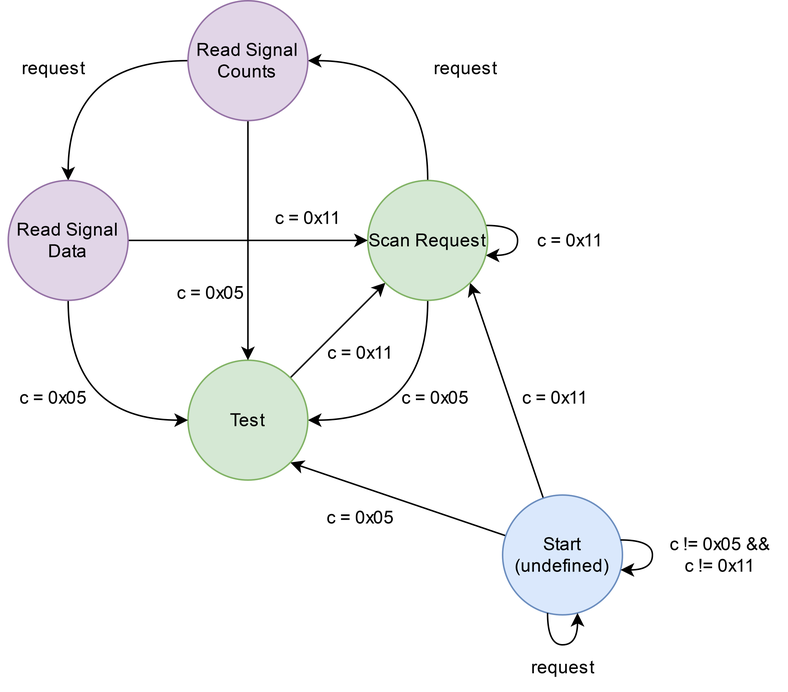
Earlier version of the draw.io export media/rtl8720dn_fsm.drawio.png (lukesmithvt/geolocation-scanning-rig). Source tidied: cells renumbered, new cells last; positions are measured from the earlier drawing's top-left corner, leaving out a move shared by most shapes.
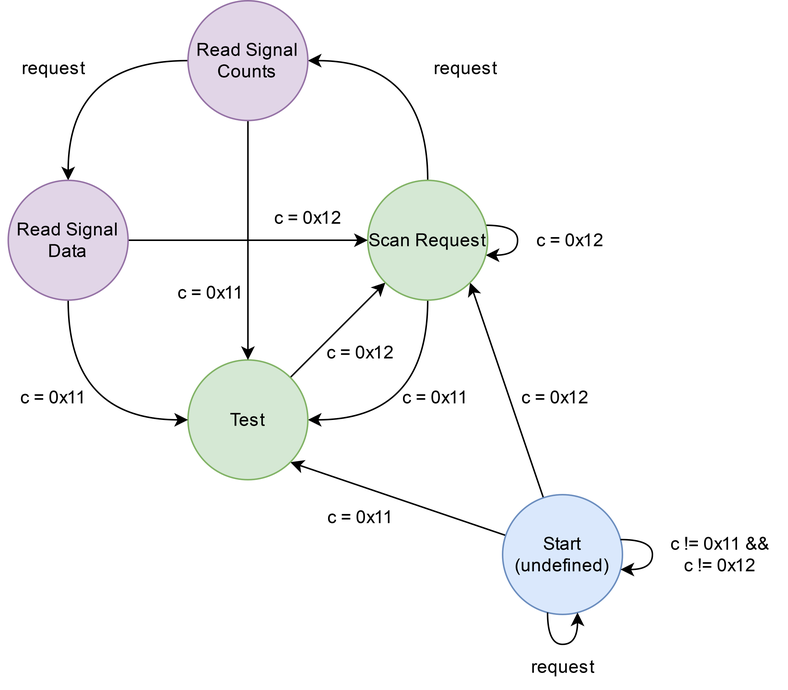
The same file after the commit.

Change to the diagram source:
```diff
@@ -64,7 +64,7 @@
     <mxCell id="16" value="Read Signal Data" style="ellipse;whiteSpace=wrap;html=1;fillColor=#e1d5e7;strokeColor=#9673a6;" parent="1" vertex="1">
       <mxGeometry x="5" y="120" width="80" height="80" as="geometry" />
     </mxCell>
-    <mxCell id="17" value="c = 0x11" style="text;html=1;align=center;verticalAlign=middle;strokeColor=none;fillColor=none;" parent="1" vertex="1">
+    <mxCell id="17" value="c = 0x12" style="text;html=1;align=center;verticalAlign=middle;strokeColor=none;fillColor=none;" parent="1" vertex="1">
       <mxGeometry x="170" y="130" width="70" height="30" as="geometry" />
     </mxCell>
     <mxCell id="18" value="request" style="text;html=1;align=center;verticalAlign=middle;strokeColor=none;fillColor=none;" parent="1" vertex="1">
@@ -73,19 +73,19 @@
     <mxCell id="19" value="request" style="text;html=1;align=center;verticalAlign=middle;strokeColor=none;fillColor=none;" parent="1" vertex="1">
       <mxGeometry x="340" y="430" width="70" height="30" as="geometry" />
     </mxCell>
-    <mxCell id="20" value="&lt;div&gt;c != 0x05 &amp;amp;&amp;amp;&lt;/div&gt;&lt;div&gt;c != 0x11&lt;/div&gt;" style="text;html=1;align=center;verticalAlign=middle;strokeColor=none;fillColor=none;" parent="1" vertex="1">
+    <mxCell id="20" value="&lt;div&gt;c != 0x11 &amp;amp;&amp;amp;&lt;/div&gt;&lt;div&gt;c != 0x12&lt;/div&gt;" style="text;html=1;align=center;verticalAlign=middle;strokeColor=none;fillColor=none;" parent="1" vertex="1">
       <mxGeometry x="435" y="350" width="90" height="40" as="geometry" />
     </mxCell>
-    <mxCell id="21" value="c = 0x05" style="text;html=1;align=center;verticalAlign=middle;strokeColor=none;fillColor=none;" parent="1" vertex="1">
+    <mxCell id="21" value="c = 0x11" style="text;html=1;align=center;verticalAlign=middle;strokeColor=none;fillColor=none;" parent="1" vertex="1">
       <mxGeometry y="250" width="70" height="30" as="geometry" />
     </mxCell>
     <mxCell id="22" value="request" style="text;html=1;align=center;verticalAlign=middle;strokeColor=none;fillColor=none;" parent="1" vertex="1">
       <mxGeometry y="30" width="70" height="30" as="geometry" />
     </mxCell>
-    <mxCell id="23" value="c = 0x11" style="text;html=1;align=center;verticalAlign=middle;strokeColor=none;fillColor=none;" parent="1" vertex="1">
+    <mxCell id="23" value="&lt;div&gt;c = 0x12&lt;/div&gt;" style="text;html=1;align=center;verticalAlign=middle;strokeColor=none;fillColor=none;" parent="1" vertex="1">
       <mxGeometry x="345" y="145" width="70" height="30" as="geometry" />
     </mxCell>
-    <mxCell id="24" value="c = 0x05" style="text;html=1;align=center;verticalAlign=middle;strokeColor=none;fillColor=none;" parent="1" vertex="1">
+    <mxCell id="24" value="c = 0x11" style="text;html=1;align=center;verticalAlign=middle;strokeColor=none;fillColor=none;" parent="1" vertex="1">
       <mxGeometry x="105" y="180" width="70" height="30" as="geometry" />
     </mxCell>
     <mxCell id="25" style="edgeStyle=orthogonalEdgeStyle;curved=1;rounded=0;orthogonalLoop=1;jettySize=auto;html=1;" parent="1" edge="1" source="4" target="4">
@@ -98,16 +98,16 @@
         </Array>
       </mxGeometry>
     </mxCell>
-    <mxCell id="27" value="c = 0x05" style="text;html=1;align=center;verticalAlign=middle;strokeColor=none;fillColor=none;" parent="1" vertex="1">
+    <mxCell id="27" value="c = 0x11" style="text;html=1;align=center;verticalAlign=middle;strokeColor=none;fillColor=none;" parent="1" vertex="1">
       <mxGeometry x="205" y="330" width="70" height="30" as="geometry" />
     </mxCell>
-    <mxCell id="28" value="c = 0x05" style="text;html=1;align=center;verticalAlign=middle;strokeColor=none;fillColor=none;" parent="1" vertex="1">
+    <mxCell id="28" value="&lt;div&gt;c = 0x11&lt;/div&gt;" style="text;html=1;align=center;verticalAlign=middle;strokeColor=none;fillColor=none;" parent="1" vertex="1">
       <mxGeometry x="255" y="250" width="70" height="30" as="geometry" />
     </mxCell>
-    <mxCell id="29" value="c = 0x11" style="text;html=1;align=center;verticalAlign=middle;strokeColor=none;fillColor=none;" parent="1" vertex="1">
+    <mxCell id="29" value="c = 0x12" style="text;html=1;align=center;verticalAlign=middle;strokeColor=none;fillColor=none;" parent="1" vertex="1">
       <mxGeometry x="335" y="250" width="70" height="30" as="geometry" />
     </mxCell>
-    <mxCell id="30" value="c = 0x11" style="text;html=1;align=center;verticalAlign=middle;strokeColor=none;fillColor=none;" parent="1" vertex="1">
+    <mxCell id="30" value="&lt;div&gt;c = 0x12&lt;/div&gt;" style="text;html=1;align=center;verticalAlign=middle;strokeColor=none;fillColor=none;" parent="1" vertex="1">
       <mxGeometry x="205" y="220" width="70" height="30" as="geometry" />
     </mxCell>
   </root>
```
